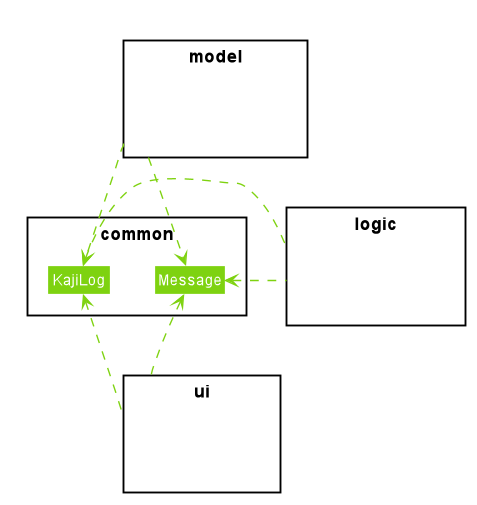
nus-cs2113-AY2021S1/tp keeps this PlantUML diagram as docs/UML/commonClass.png. Above is the earlier version. Its diagram source:
```plantuml
@startuml









skinparam BackgroundColor #FFFFFFF

skinparam Shadowing false

skinparam Class {
    FontColor #FFFFFF
    BorderThickness 1
    BorderColor #FFFFFF
    StereotypeFontColor #FFFFFF
    FontName Arial
}

skinparam Actor {
    BorderColor #000000
    Color #000000
    FontName Arial
}

skinparam Sequence {
    MessageAlign center
    BoxFontSize 15
    BoxPadding 0
    BoxFontColor #FFFFFF
    FontName Arial
}

skinparam Participant {
    FontColor #FFFFFFF
    Padding 20
}

skinparam MinClassWidth 50
skinparam ParticipantPadding 10
skinparam Shadowing false
skinparam DefaultTextAlignment center
skinparam packageStyle Rectangle
skinparam classAttributeIconSize 0
skinparam classAttributeFontColor white
skinparam classAttributeFontSize 12

hide footbox
hide members
hide circle
skinparam arrowThickness 1.1
skinparam arrowColor #7ED210
skinparam classBackgroundColor #7ED210

package common {
    Class KajiLog
    Class Message
}

package logic {
    Class HiddenLogic #FFFFFF
}

package ui {
    Class HiddenUi #FFFFFF
}

package model {
    Class HiddenModel #FFFFFF
}

logic .left.> Message
ui .up.> Message
model .down.> Message
logic .left.> KajiLog
ui .up.> KajiLog
model .down.> KajiLog

@enduml
```
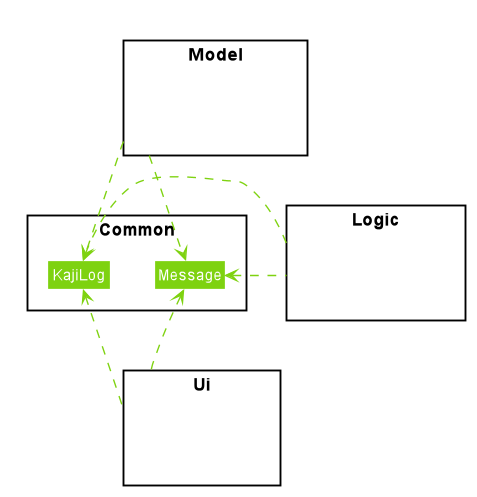
The same file after the commit.

Diff of the diagram source:
```diff
@@ -55,28 +55,28 @@
 skinparam arrowColor #7ED210
 skinparam classBackgroundColor #7ED210
 
-package common {
+package Common {
     Class KajiLog
     Class Message
 }
 
-package logic {
+package Logic {
     Class HiddenLogic #FFFFFF
 }
 
-package ui {
+package Ui {
     Class HiddenUi #FFFFFF
 }
 
-package model {
+package Model {
     Class HiddenModel #FFFFFF
 }
 
-logic .left.> Message
-ui .up.> Message
-model .down.> Message
-logic .left.> KajiLog
-ui .up.> KajiLog
-model .down.> KajiLog
+Logic .left.> Message
+Ui .up.> Message
+Model .down.> Message
+Logic .left.> KajiLog
+Ui .up.> KajiLog
+Model .down.> KajiLog
 
 @enduml
```
